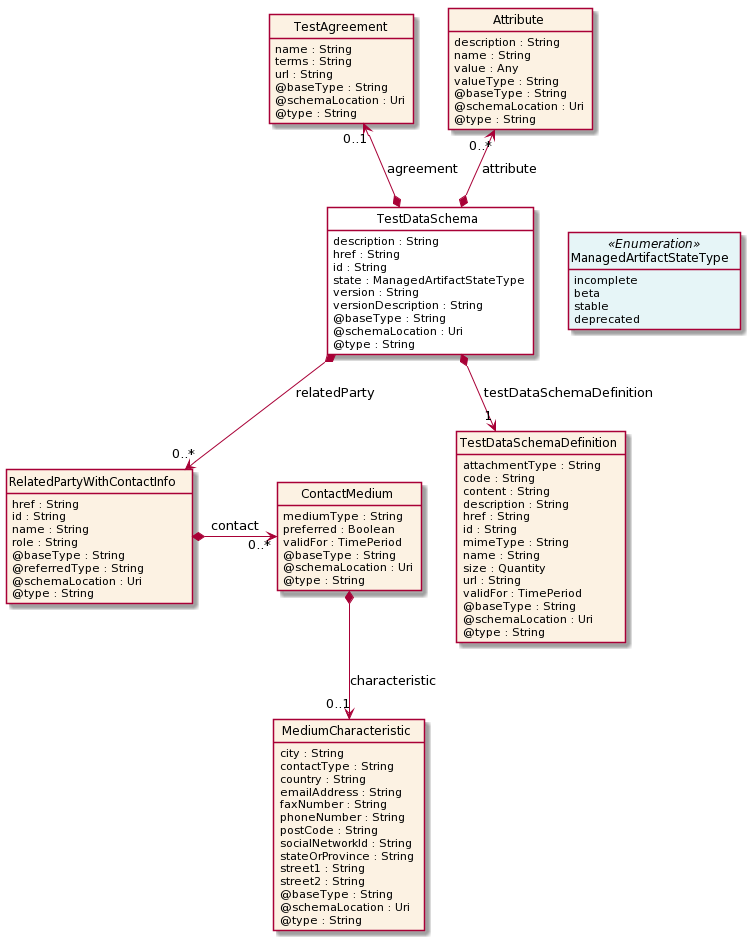
Before: apis/TMF706_Test_Data/documentation/diagrams/Resource_TestDataSchema.png, a diagram exported from PlantUML (tmforum-apis/Open_Api_And_Data_Model). The source it was exported from:
```plantuml
@startuml
hide circle
hide methods
hide stereotype
show <<Enumeration>> stereotype
skinparam class {
   BackgroundColor<<Enumeration>> #E6F5F7
   BackgroundColor<<Ref>> #FFFFE0
   BackgroundColor<<Pivot>> #FFFFFFF
   BackgroundColor #FCF2E3
}

class TestDataSchema  <<Pivot>> {
    description : String
    href : String
    id : String
    state : ManagedArtifactStateType
    version : String
    versionDescription : String
    @baseType : String
    @schemaLocation : Uri
    @type : String
}

class ManagedArtifactStateType <<Enumeration>> {
    incomplete
    beta
    stable
    deprecated
}

class TestAgreement  {
    name : String
    terms : String
    url : String
    @baseType : String
    @schemaLocation : Uri
    @type : String
}

class RelatedPartyWithContactInfo  {
    href : String
    id : String
    name : String
    role : String
    @baseType : String
    @referredType : String
    @schemaLocation : Uri
    @type : String
}

class ContactMedium  {
    mediumType : String
    preferred : Boolean
    validFor : TimePeriod
    @baseType : String
    @schemaLocation : Uri
    @type : String
}

class MediumCharacteristic  {
    city : String
    contactType : String
    country : String
    emailAddress : String
    faxNumber : String
    phoneNumber : String
    postCode : String
    socialNetworkId : String
    stateOrProvince : String
    street1 : String
    street2 : String
    @baseType : String
    @schemaLocation : Uri
    @type : String
}

class TestDataSchemaDefinition  {
    attachmentType : String
    code : String
    content : String
    description : String
    href : String
    id : String
    mimeType : String
    name : String
    size : Quantity
    url : String
    validFor : TimePeriod
    @baseType : String
    @schemaLocation : Uri
    @type : String
}

class Attribute  {
    description : String
    name : String
    value : Any
    valueType : String
    @baseType : String
    @schemaLocation : Uri
    @type : String
}

TestDataSchema -right[hidden]-> ManagedArtifactStateType

Attribute "0..*" <--* TestDataSchema : attribute

TestAgreement "0..1" <--* TestDataSchema : agreement

TestDataSchema *-->  "1" TestDataSchemaDefinition : testDataSchemaDefinition

TestDataSchema *-->  "0..*" RelatedPartyWithContactInfo : relatedParty

RelatedPartyWithContactInfo *-right-> "0..*" ContactMedium : contact

ContactMedium *-->  "0..1" MediumCharacteristic : characteristic

@enduml
```
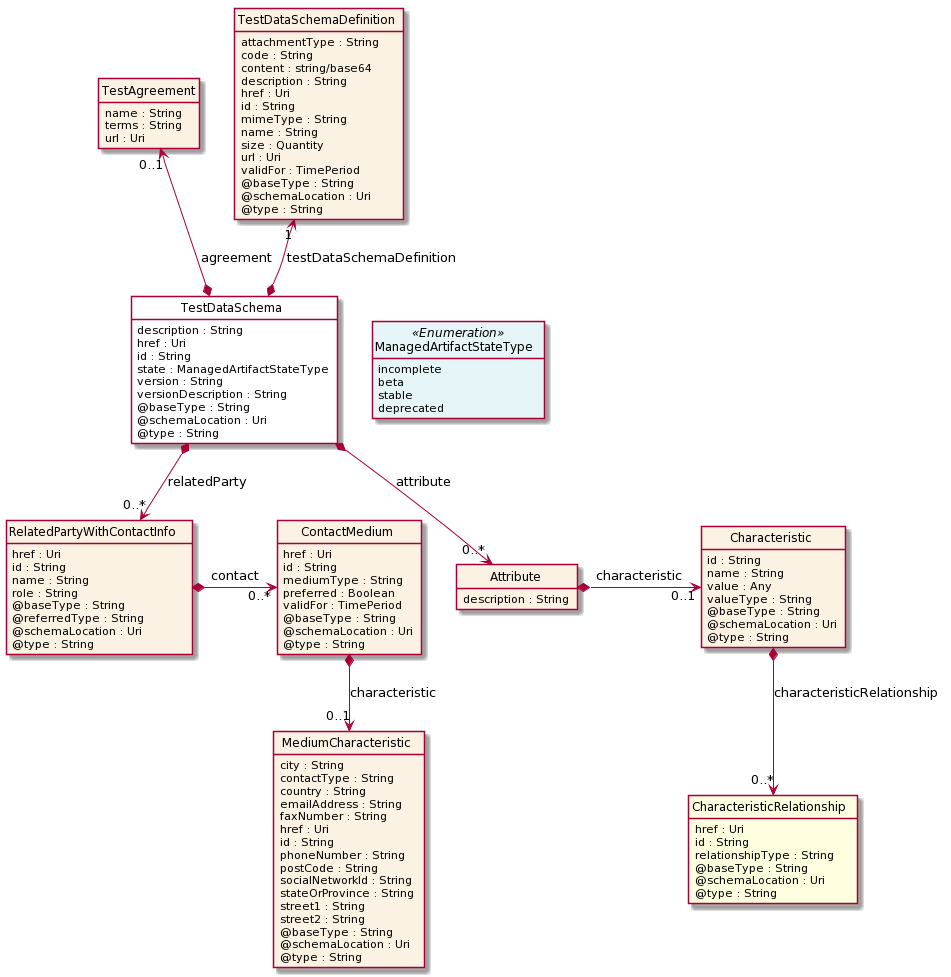
Later version of the same file.

Diff of the diagram source:
```diff
@@ -12,7 +12,7 @@
 
 class TestDataSchema  <<Pivot>> {
     description : String
-    href : String
+    href : Uri
     id : String
     state : ManagedArtifactStateType
     version : String
@@ -32,14 +32,11 @@
 class TestAgreement  {
     name : String
     terms : String
-    url : String
-    @baseType : String
-    @schemaLocation : Uri
-    @type : String
+    url : Uri
 }
 
 class RelatedPartyWithContactInfo  {
-    href : String
+    href : Uri
     id : String
     name : String
     role : String
@@ -50,6 +47,8 @@
 }
 
 class ContactMedium  {
+    href : Uri
+    id : String
     mediumType : String
     preferred : Boolean
     validFor : TimePeriod
@@ -64,6 +63,8 @@
     country : String
     emailAddress : String
     faxNumber : String
+    href : Uri
+    id : String
     phoneNumber : String
     postCode : String
     socialNetworkId : String
@@ -78,14 +79,14 @@
 class TestDataSchemaDefinition  {
     attachmentType : String
     code : String
-    content : String
+    content : string/base64
     description : String
-    href : String
+    href : Uri
     id : String
     mimeType : String
     name : String
     size : Quantity
-    url : String
+    url : Uri
     validFor : TimePeriod
     @baseType : String
     @schemaLocation : Uri
@@ -94,6 +95,10 @@
 
 class Attribute  {
     description : String
+}
+
+class Characteristic  {
+    id : String
     name : String
     value : Any
     valueType : String
@@ -102,13 +107,22 @@
     @type : String
 }
 
+class CharacteristicRelationship  <<Ref>> {
+    href : Uri
+    id : String
+    relationshipType : String
+    @baseType : String
+    @schemaLocation : Uri
+    @type : String
+}
+
 TestDataSchema -right[hidden]-> ManagedArtifactStateType
-
-Attribute "0..*" <--* TestDataSchema : attribute
 
 TestAgreement "0..1" <--* TestDataSchema : agreement
 
-TestDataSchema *-->  "1" TestDataSchemaDefinition : testDataSchemaDefinition
+TestDataSchemaDefinition "1" <--* TestDataSchema : testDataSchemaDefinition
+
+TestDataSchema *-->  "0..*" Attribute : attribute
 
 TestDataSchema *-->  "0..*" RelatedPartyWithContactInfo : relatedParty
 
@@ -116,4 +130,8 @@
 
 ContactMedium *-->  "0..1" MediumCharacteristic : characteristic
 
+Attribute *-right-> "0..1" Characteristic : characteristic
+
+Characteristic *-->  "0..*" CharacteristicRelationship : characteristicRelationship
+
 @enduml
```
